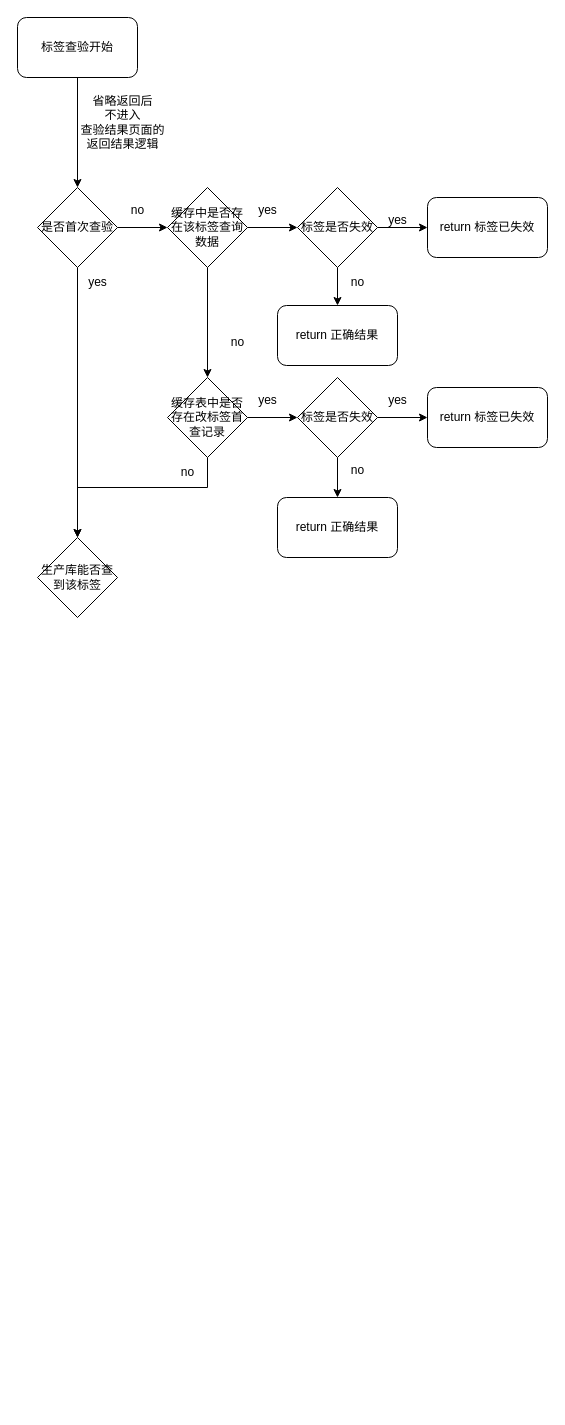
Above: 消费者提交证据时序图.drawio in jerry121381/drawio (draw.io), before the change. Source tidied: cells renumbered, new cells numbered last; positions are measured from the earlier drawing's top-left corner, leaving out a move shared by most shapes. Both pictures are drawn from the tidied source at 100%, with x=0, y=0 at pixel (17, 17).
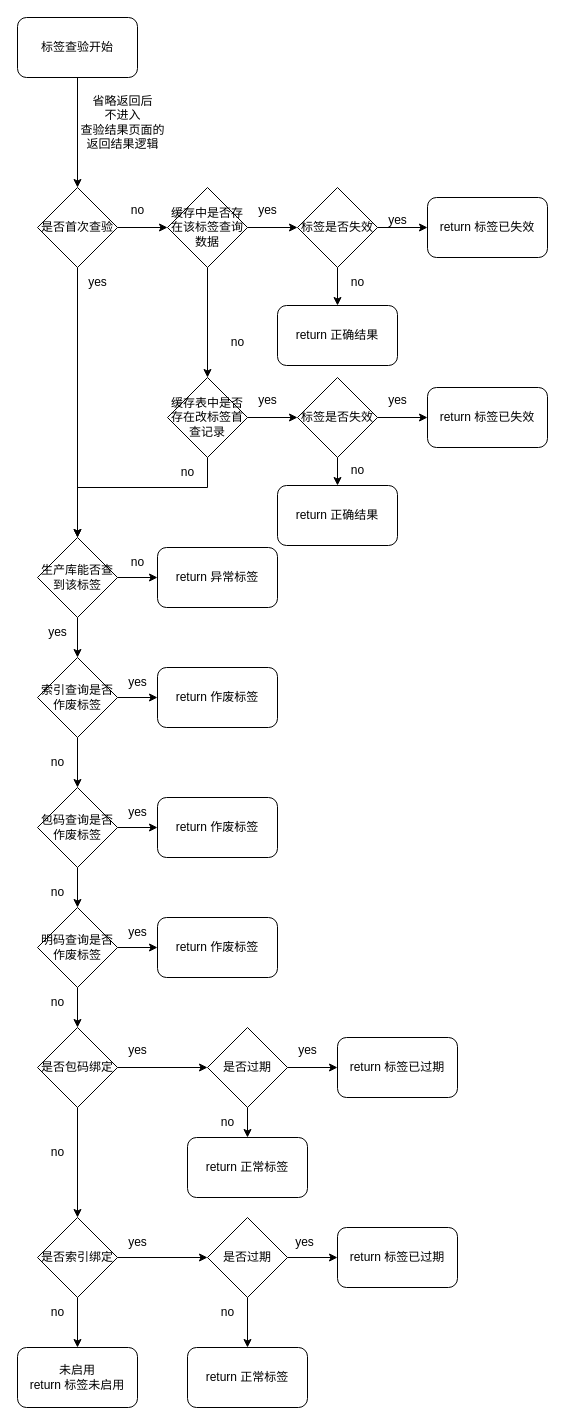
The same page after the edit.

Commit message:
完成消费者提交证据时序图.drawio

The change refers to these unchanged cells:
```xml
<mxCell id="11" value="生产库能否查到该标签" style="rhombus;whiteSpace=wrap;html=1;" parent="1" vertex="1">
  <mxGeometry x="20" y="520" width="80" height="80" as="geometry" />
</mxCell>
```

Change to the diagram source:
```diff
@@
+    <mxCell id="35" style="edgeStyle=orthogonalEdgeStyle;rounded=0;jettySize=auto;html=1;" parent="1" edge="1" source="11" target="38">
+      <mxGeometry relative="1" as="geometry" />
+    </mxCell>
+    <mxCell id="36" style="edgeStyle=orthogonalEdgeStyle;rounded=0;jettySize=auto;html=1;" parent="1" edge="1" source="11" target="42">
+      <mxGeometry relative="1" as="geometry" />
+    </mxCell>
@@
     <mxCell id="32" value="return 正确结果" style="rounded=1;whiteSpace=wrap;html=1;" parent="1" vertex="1">
-      <mxGeometry x="260" y="480" width="120" height="60" as="geometry" />
+      <mxGeometry x="260" y="468" width="120" height="60" as="geometry" />
     </mxCell>
@@
+    <mxCell id="37" value="yes" style="text;html=1;align=center;verticalAlign=middle;strokeColor=none;fillColor=none;" parent="1" vertex="1">
+      <mxGeometry x="20" y="600" width="40" height="30" as="geometry" />
+    </mxCell>
+    <mxCell id="38" value="return 异常标签" style="whiteSpace=wrap;html=1;rounded=1;" parent="1" vertex="1">
+      <mxGeometry x="140" y="530" width="120" height="60" as="geometry" />
+    </mxCell>
+    <mxCell id="39" value="no" style="text;html=1;align=center;verticalAlign=middle;strokeColor=none;fillColor=none;" parent="1" vertex="1">
+      <mxGeometry x="100" y="530" width="40" height="30" as="geometry" />
+    </mxCell>
+    <mxCell id="40" style="edgeStyle=orthogonalEdgeStyle;rounded=0;jettySize=auto;html=1;" parent="1" edge="1" source="42" target="45">
+      <mxGeometry relative="1" as="geometry" />
+    </mxCell>
+    <mxCell id="41" style="edgeStyle=orthogonalEdgeStyle;rounded=0;jettySize=auto;html=1;" parent="1" edge="1" source="42" target="51">
+      <mxGeometry relative="1" as="geometry" />
+    </mxCell>
+    <mxCell id="42" value="索引查询是否作废标签" style="rhombus;whiteSpace=wrap;html=1;" parent="1" vertex="1">
+      <mxGeometry x="20" y="640" width="80" height="80" as="geometry" />
+    </mxCell>
+    <mxCell id="43" style="edgeStyle=orthogonalEdgeStyle;rounded=0;jettySize=auto;html=1;" parent="1" edge="1" source="45" target="48">
+      <mxGeometry relative="1" as="geometry" />
+    </mxCell>
+    <mxCell id="44" style="edgeStyle=orthogonalEdgeStyle;rounded=0;jettySize=auto;html=1;" parent="1" edge="1" source="45" target="52">
+      <mxGeometry relative="1" as="geometry" />
+    </mxCell>
+    <mxCell id="45" value="包码查询是否作废标签" style="rhombus;whiteSpace=wrap;html=1;" parent="1" vertex="1">
+      <mxGeometry x="20" y="770" width="80" height="80" as="geometry" />
+    </mxCell>
+    <mxCell id="46" style="edgeStyle=orthogonalEdgeStyle;rounded=0;jettySize=auto;html=1;" parent="1" edge="1" source="48" target="53">
+      <mxGeometry relative="1" as="geometry" />
+    </mxCell>
+    <mxCell id="47" style="edgeStyle=orthogonalEdgeStyle;rounded=0;jettySize=auto;html=1;" parent="1" edge="1" source="48" target="59">
+      <mxGeometry relative="1" as="geometry" />
+    </mxCell>
+    <mxCell id="48" value="明码查询是否作废标签" style="rhombus;whiteSpace=wrap;html=1;" parent="1" vertex="1">
+      <mxGeometry x="20" y="890" width="80" height="80" as="geometry" />
+    </mxCell>
+    <mxCell id="49" value="no" style="text;html=1;align=center;verticalAlign=middle;strokeColor=none;fillColor=none;" parent="1" vertex="1">
+      <mxGeometry x="20" y="730" width="40" height="30" as="geometry" />
+    </mxCell>
+    <mxCell id="50" value="no" style="text;html=1;align=center;verticalAlign=middle;strokeColor=none;fillColor=none;" parent="1" vertex="1">
+      <mxGeometry x="20" y="860" width="40" height="30" as="geometry" />
+    </mxCell>
+    <mxCell id="51" value="return 作废标签" style="whiteSpace=wrap;html=1;rounded=1;" parent="1" vertex="1">
+      <mxGeometry x="140" y="650" width="120" height="60" as="geometry" />
+    </mxCell>
+    <mxCell id="52" value="return 作废标签" style="whiteSpace=wrap;html=1;rounded=1;" parent="1" vertex="1">
+      <mxGeometry x="140" y="780" width="120" height="60" as="geometry" />
+    </mxCell>
+    <mxCell id="53" value="return 作废标签" style="whiteSpace=wrap;html=1;rounded=1;" parent="1" vertex="1">
+      <mxGeometry x="140" y="900" width="120" height="60" as="geometry" />
+    </mxCell>
+    <mxCell id="54" value="yes" style="text;html=1;align=center;verticalAlign=middle;strokeColor=none;fillColor=none;" parent="1" vertex="1">
+      <mxGeometry x="100" y="650" width="40" height="30" as="geometry" />
+    </mxCell>
+    <mxCell id="55" value="yes" style="text;html=1;align=center;verticalAlign=middle;strokeColor=none;fillColor=none;" parent="1" vertex="1">
+      <mxGeometry x="100" y="780" width="40" height="30" as="geometry" />
+    </mxCell>
+    <mxCell id="56" value="yes" style="text;html=1;align=center;verticalAlign=middle;strokeColor=none;fillColor=none;" parent="1" vertex="1">
+      <mxGeometry x="100" y="900" width="40" height="30" as="geometry" />
+    </mxCell>
+    <mxCell id="57" style="edgeStyle=orthogonalEdgeStyle;rounded=0;jettySize=auto;html=1;" parent="1" edge="1" source="59" target="62">
+      <mxGeometry relative="1" as="geometry" />
+    </mxCell>
+    <mxCell id="58" style="edgeStyle=orthogonalEdgeStyle;rounded=0;jettySize=auto;html=1;" parent="1" edge="1" source="59" target="69">
+      <mxGeometry relative="1" as="geometry" />
+    </mxCell>
+    <mxCell id="59" value="是否包码绑定" style="rhombus;whiteSpace=wrap;html=1;" parent="1" vertex="1">
+      <mxGeometry x="20" y="1010" width="80" height="80" as="geometry" />
+    </mxCell>
+    <mxCell id="60" style="edgeStyle=orthogonalEdgeStyle;rounded=0;jettySize=auto;html=1;" parent="1" edge="1" source="62" target="63">
+      <mxGeometry relative="1" as="geometry" />
+    </mxCell>
+    <mxCell id="61" style="edgeStyle=orthogonalEdgeStyle;rounded=0;jettySize=auto;html=1;" parent="1" edge="1" source="62" target="73">
+      <mxGeometry relative="1" as="geometry" />
+    </mxCell>
+    <mxCell id="62" value="是否索引绑定" style="rhombus;whiteSpace=wrap;html=1;" parent="1" vertex="1">
+      <mxGeometry x="20" y="1200" width="80" height="80" as="geometry" />
+    </mxCell>
+    <mxCell id="63" value="未启用&lt;div&gt;return 标签未启用&lt;/div&gt;" style="whiteSpace=wrap;html=1;rounded=1;" parent="1" vertex="1">
+      <mxGeometry y="1330" width="120" height="60" as="geometry" />
+    </mxCell>
+    <mxCell id="64" value="no" style="text;html=1;align=center;verticalAlign=middle;strokeColor=none;fillColor=none;" parent="1" vertex="1">
+      <mxGeometry x="20" y="970" width="40" height="30" as="geometry" />
+    </mxCell>
+    <mxCell id="65" value="no" style="text;html=1;align=center;verticalAlign=middle;strokeColor=none;fillColor=none;" parent="1" vertex="1">
+      <mxGeometry x="20" y="1120" width="40" height="30" as="geometry" />
+    </mxCell>
+    <mxCell id="66" value="no" style="text;html=1;align=center;verticalAlign=middle;strokeColor=none;fillColor=none;" parent="1" vertex="1">
+      <mxGeometry x="20" y="1280" width="40" height="30" as="geometry" />
+    </mxCell>
+    <mxCell id="67" style="edgeStyle=orthogonalEdgeStyle;rounded=0;jettySize=auto;html=1;" parent="1" edge="1" source="69" target="75">
+      <mxGeometry relative="1" as="geometry" />
+    </mxCell>
+    <mxCell id="68" style="edgeStyle=orthogonalEdgeStyle;rounded=0;jettySize=auto;html=1;entryX=0.5;entryY=0;entryDx=0;entryDy=0;" parent="1" edge="1" source="69" target="78">
+      <mxGeometry relative="1" as="geometry" />
+    </mxCell>
+    <mxCell id="69" value="是否过期" style="rhombus;whiteSpace=wrap;html=1;" parent="1" vertex="1">
+      <mxGeometry x="190" y="1010" width="80" height="80" as="geometry" />
+    </mxCell>
+    <mxCell id="70" value="yes" style="text;html=1;align=center;verticalAlign=middle;strokeColor=none;fillColor=none;" parent="1" vertex="1">
+      <mxGeometry x="100" y="1018" width="40" height="30" as="geometry" />
+    </mxCell>
+    <mxCell id="71" style="edgeStyle=orthogonalEdgeStyle;rounded=0;jettySize=auto;html=1;" parent="1" edge="1" source="73" target="77">
+      <mxGeometry relative="1" as="geometry" />
+    </mxCell>
+    <mxCell id="72" style="edgeStyle=orthogonalEdgeStyle;rounded=0;jettySize=auto;html=1;" parent="1" edge="1" source="73" target="80">
+      <mxGeometry relative="1" as="geometry" />
+    </mxCell>
+    <mxCell id="73" value="是否过期" style="rhombus;whiteSpace=wrap;html=1;" parent="1" vertex="1">
+      <mxGeometry x="190" y="1200" width="80" height="80" as="geometry" />
+    </mxCell>
+    <mxCell id="74" value="yes" style="text;html=1;align=center;verticalAlign=middle;strokeColor=none;fillColor=none;" parent="1" vertex="1">
+      <mxGeometry x="100" y="1210" width="40" height="30" as="geometry" />
+    </mxCell>
+    <mxCell id="75" value="return 标签已过期" style="rounded=1;whiteSpace=wrap;html=1;" parent="1" vertex="1">
+      <mxGeometry x="320" y="1020" width="120" height="60" as="geometry" />
+    </mxCell>
+    <mxCell id="76" value="yes" style="text;html=1;align=center;verticalAlign=middle;strokeColor=none;fillColor=none;" parent="1" vertex="1">
+      <mxGeometry x="270" y="1018" width="40" height="30" as="geometry" />
+    </mxCell>
+    <mxCell id="77" value="return 标签已过期" style="rounded=1;whiteSpace=wrap;html=1;" parent="1" vertex="1">
+      <mxGeometry x="320" y="1210" width="120" height="60" as="geometry" />
+    </mxCell>
+    <mxCell id="78" value="return 正常标签" style="rounded=1;whiteSpace=wrap;html=1;" parent="1" vertex="1">
+      <mxGeometry x="170" y="1120" width="120" height="60" as="geometry" />
+    </mxCell>
+    <mxCell id="79" value="no" style="text;html=1;align=center;verticalAlign=middle;strokeColor=none;fillColor=none;" parent="1" vertex="1">
+      <mxGeometry x="190" y="1090" width="40" height="30" as="geometry" />
+    </mxCell>
+    <mxCell id="80" value="return 正常标签" style="whiteSpace=wrap;html=1;rounded=1;" parent="1" vertex="1">
+      <mxGeometry x="170" y="1330" width="120" height="60" as="geometry" />
+    </mxCell>
+    <mxCell id="81" value="no" style="text;html=1;align=center;verticalAlign=middle;strokeColor=none;fillColor=none;" parent="1" vertex="1">
+      <mxGeometry x="190" y="1280" width="40" height="30" as="geometry" />
+    </mxCell>
+    <mxCell id="82" value="yes" style="text;html=1;align=center;verticalAlign=middle;strokeColor=none;fillColor=none;" parent="1" vertex="1">
+      <mxGeometry x="267" y="1210" width="40" height="30" as="geometry" />
+    </mxCell>
```
